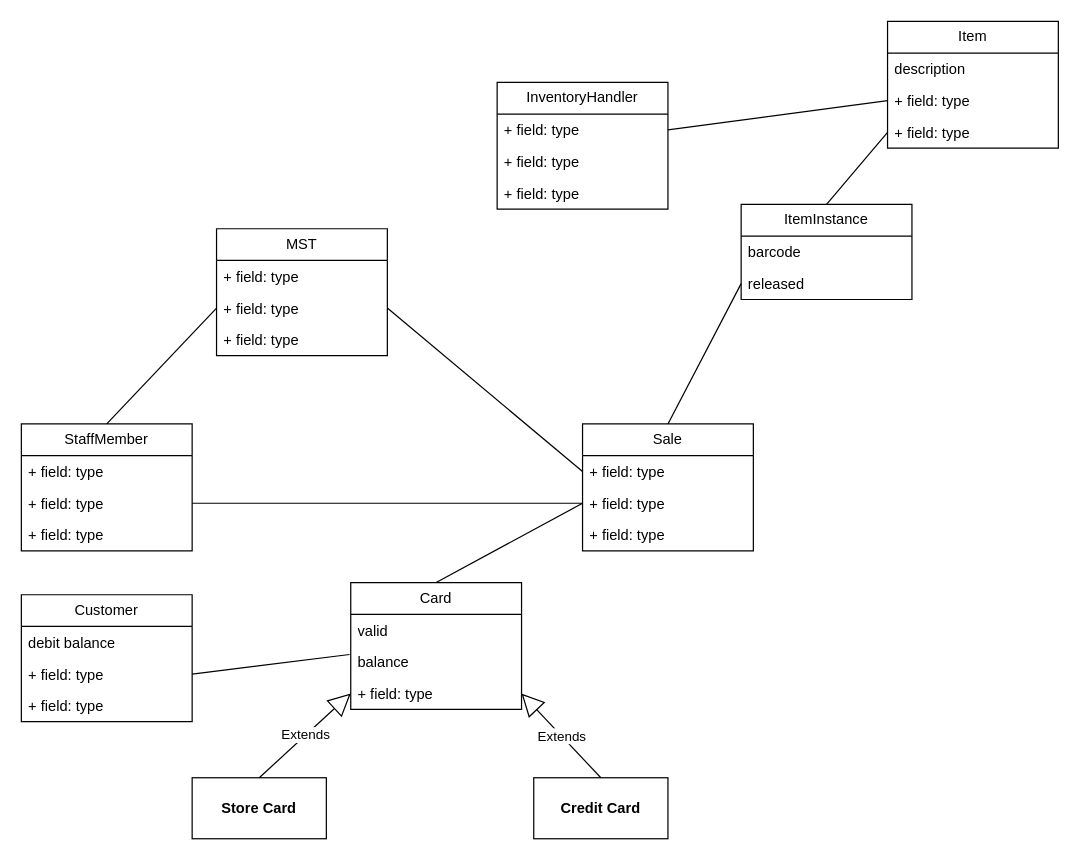
antonykimuom/SWEN30006-2025-SM1-workshop1-tuew05-14-00-team-12 keeps this draw.io diagram as workshop5-week6.drawio. Above is the earlier version. Source tidied: cells renumbered, new cells numbered last; positions are measured from the earlier drawing's top-left corner, leaving out a move shared by most shapes. Both pictures are drawn from the tidied source at 122%, with x=0, y=0 at pixel (21, 21).
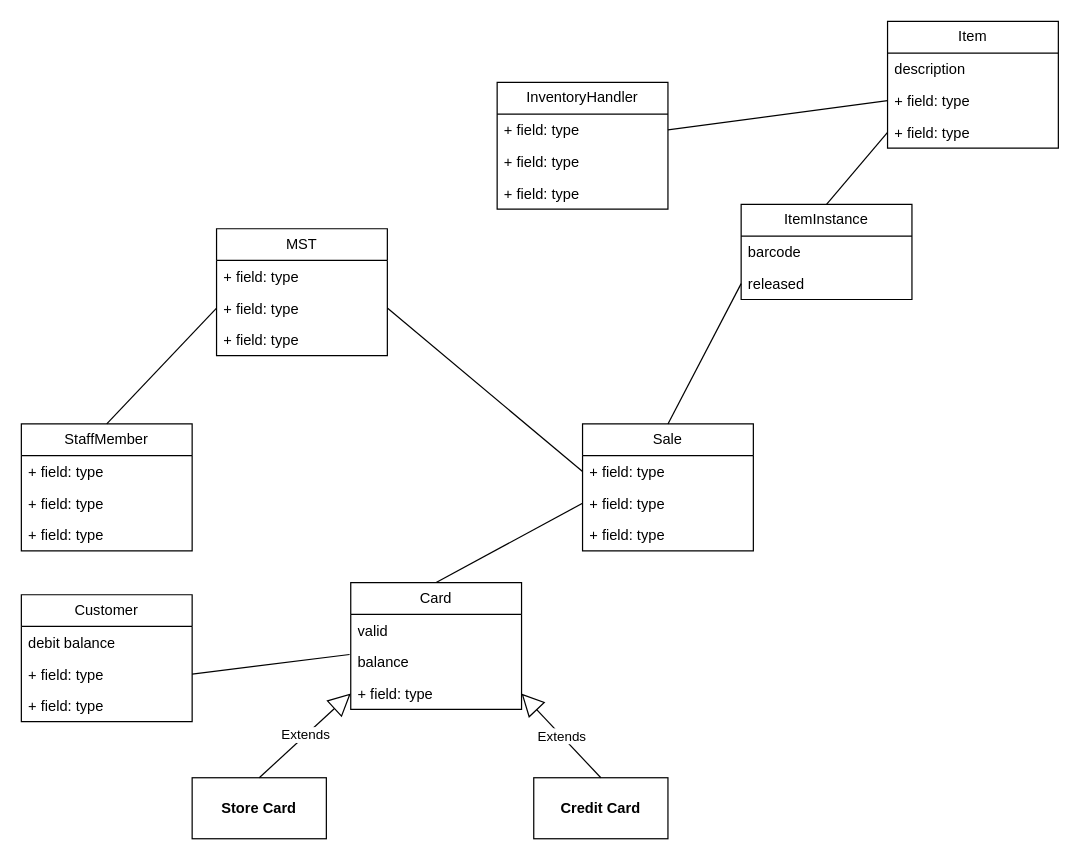
The same diagram, later.

The change refers to these unchanged cells:
```xml
<mxCell id="7" value="+ field: type" style="text;strokeColor=none;fillColor=none;align=left;verticalAlign=top;spacingLeft=4;spacingRight=4;overflow=hidden;points=[[0,0.5],[1,0.5]];portConstraint=eastwest;whiteSpace=wrap;html=1;" parent="5" vertex="1">
  <mxGeometry y="52" width="140" height="26" as="geometry" />
</mxCell>
<mxCell id="11" value="+ field: type" style="text;strokeColor=none;fillColor=none;align=left;verticalAlign=top;spacingLeft=4;spacingRight=4;overflow=hidden;points=[[0,0.5],[1,0.5]];portConstraint=eastwest;whiteSpace=wrap;html=1;" parent="9" vertex="1">
  <mxGeometry y="52" width="140" height="26" as="geometry" />
</mxCell>
```

What changed in the source:
```diff
@@
-    <mxCell id="34" style="endArrow=none;html=1;rounded=0;exitX=0;exitY=0.5;exitDx=0;exitDy=0;entryX=1;entryY=0.5;entryDx=0;entryDy=0;" parent="1" edge="1" source="11" target="7">
-      <mxGeometry relative="1" as="geometry" />
-    </mxCell>
```
